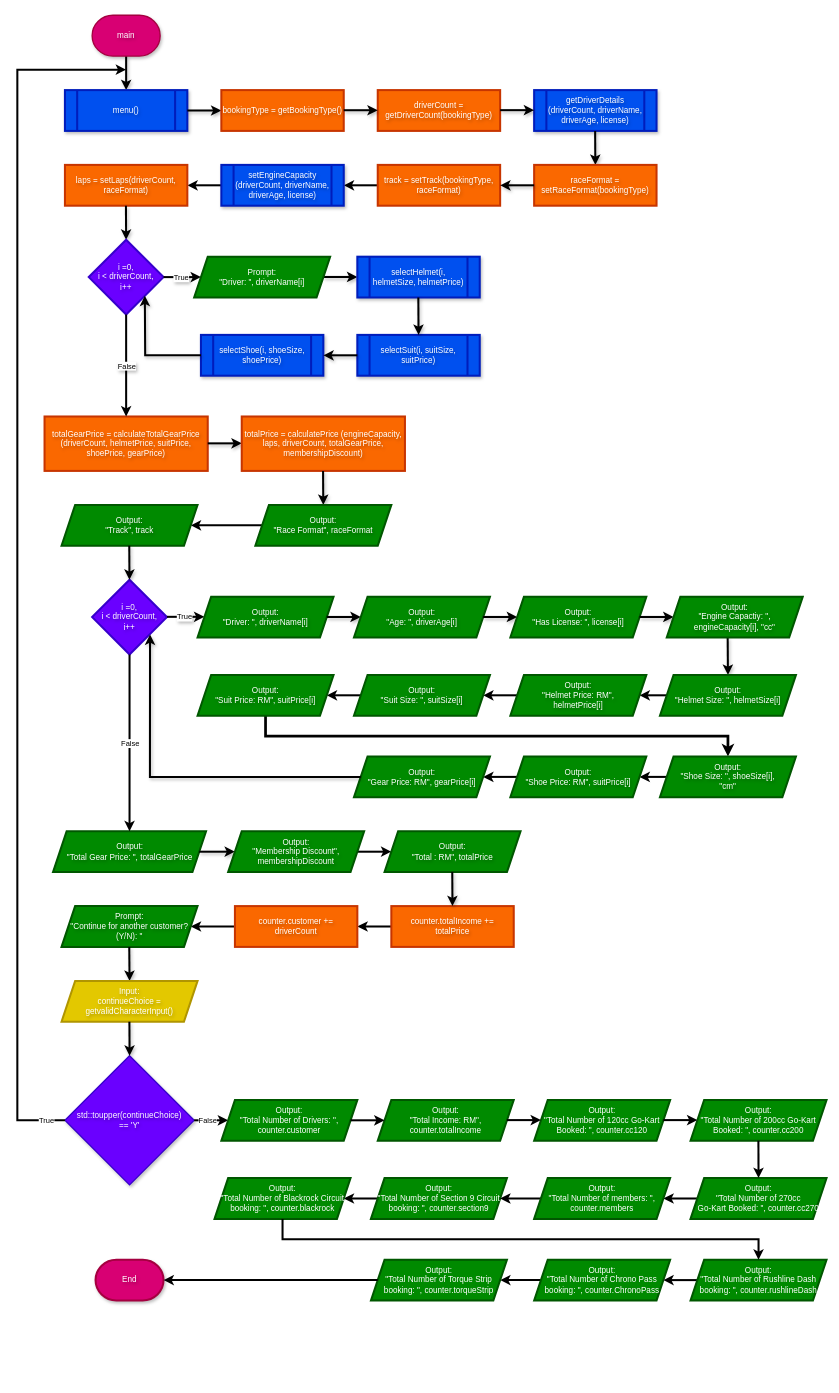
Above: Flowcharts (draw.io)/00. main.drawio in shahxvi/csc126-group-project (draw.io), before the change. Source tidied: cells renumbered, new cells numbered last; positions are measured from the earlier drawing's top-left corner, leaving out a move shared by most shapes. Both pictures are drawn from the tidied source at 68%, with x=0, y=0 at pixel (17, 15).
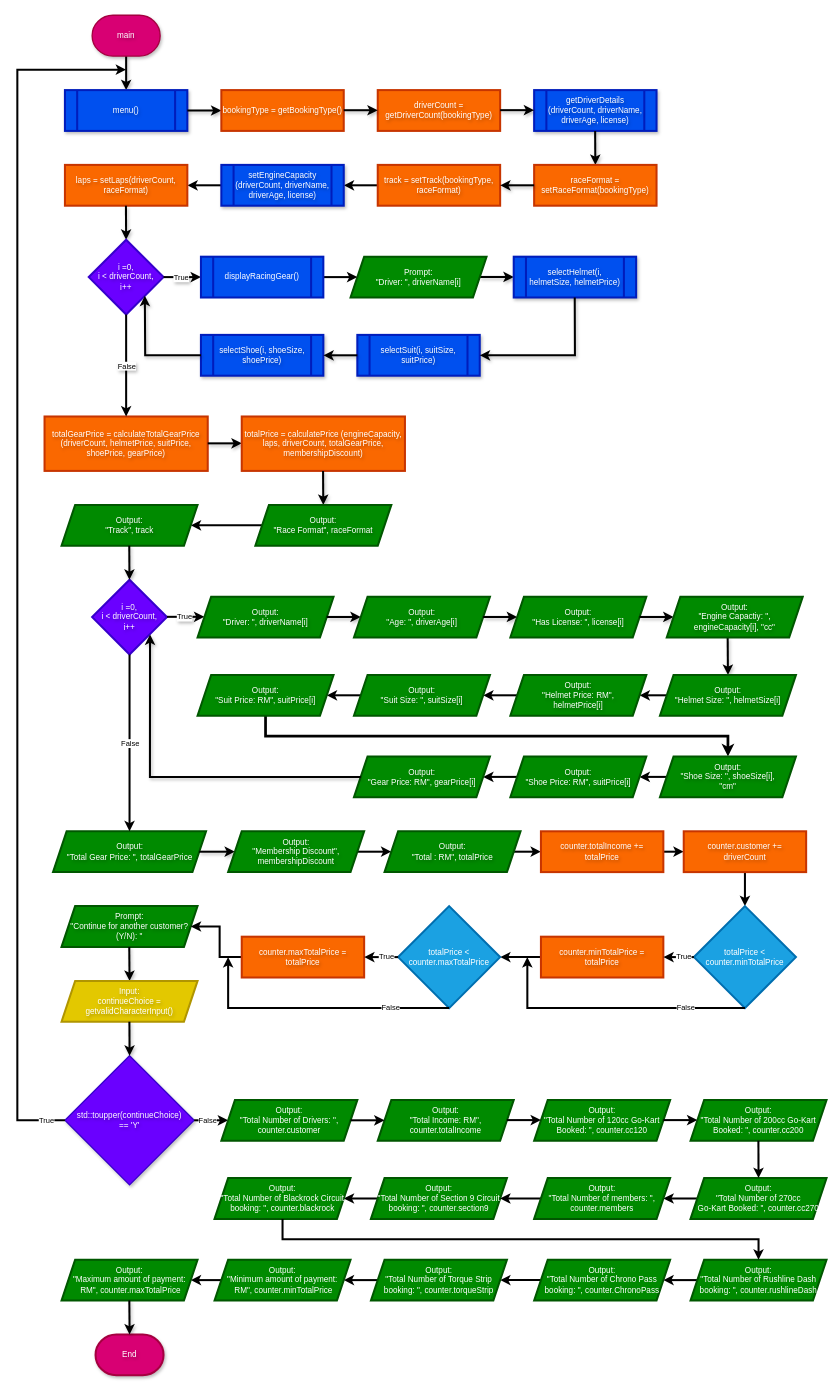
The same diagram, later.

Commit message (it also covers changes not shown here):
Update source code, report and flowchart

Unchanged cells that the change refers to:
```xml
<mxCell id="19" value="selectSuit(i, suitSize, suitPrice)" style="shape=process;whiteSpace=wrap;html=1;backgroundOutline=1;strokeWidth=3;shadow=1;fillColor=#0050ef;strokeColor=#001DBC;fontColor=#ffffff;textShadow=1;spacing=2;" parent="1" vertex="1">
  <mxGeometry x="500" y="470" width="180" height="60" as="geometry" />
</mxCell>
<mxCell id="69" value="Output:&lt;br&gt;&quot;Total : RM&quot;, totalPrice" style="shape=parallelogram;perimeter=parallelogramPerimeter;whiteSpace=wrap;html=1;fixedSize=1;fillColor=#008a00;fontColor=#ffffff;strokeColor=#005700;textShadow=1;spacing=2;strokeWidth=3;" parent="1" vertex="1">
  <mxGeometry x="540" y="1200" width="200" height="60" as="geometry" />
</mxCell>
<mxCell id="75" value="Prompt:&lt;br&gt;&quot;Continue for another customer?&lt;br&gt;(Y/N): &quot;" style="shape=parallelogram;perimeter=parallelogramPerimeter;whiteSpace=wrap;html=1;fixedSize=1;fillColor=#008a00;fontColor=#ffffff;strokeColor=#005700;textShadow=1;spacing=2;strokeWidth=3;" parent="1" vertex="1">
  <mxGeometry x="65" y="1310" width="200" height="60" as="geometry" />
</mxCell>
<mxCell id="94" value="Output:&lt;br&gt;&quot;Total Number of Torque Strip booking: &quot;, counter.torqueStrip" style="shape=parallelogram;perimeter=parallelogramPerimeter;whiteSpace=wrap;html=1;fixedSize=1;strokeWidth=3;fillColor=#008a00;fontColor=#ffffff;strokeColor=#005700;" parent="1" vertex="1">
  <mxGeometry x="520" y="1830" width="200" height="60" as="geometry" />
</mxCell>
```

What changed in the source:
```diff
@@
     <mxCell id="41" style="edgeStyle=none;html=1;strokeWidth=3;shadow=1;textShadow=1;spacing=2;" parent="1" edge="1">
       <mxGeometry relative="1" as="geometry">
-        <mxPoint x="450" y="384.8" as="sourcePoint" />
-        <mxPoint x="500" y="384.8" as="targetPoint" />
+        <mxPoint x="680" y="384.8" as="sourcePoint" />
+        <mxPoint x="730" y="384.8" as="targetPoint" />
       </mxGeometry>
     </mxCell>
     <mxCell id="42" value="selectHelmet(i, helmetSize, helmetPrice)" style="shape=process;whiteSpace=wrap;html=1;backgroundOutline=1;strokeWidth=3;shadow=1;fillColor=#0050ef;strokeColor=#001DBC;fontColor=#ffffff;textShadow=1;spacing=2;" parent="1" vertex="1">
-      <mxGeometry x="500" y="355" width="180" height="60" as="geometry" />
+      <mxGeometry x="730" y="355" width="180" height="60" as="geometry" />
     </mxCell>
-    <mxCell id="43" style="edgeStyle=none;html=1;strokeWidth=3;shadow=1;entryX=0.5;entryY=0;entryDx=0;entryDy=0;textShadow=1;spacing=2;" parent="1" edge="1" target="19">
+    <mxCell id="43" style="edgeStyle=none;html=1;strokeWidth=3;shadow=1;entryX=1;entryY=0.5;entryDx=0;entryDy=0;textShadow=1;spacing=2;rounded=0;curved=0;" parent="1" edge="1" target="19">
       <mxGeometry relative="1" as="geometry">
-        <mxPoint x="589.7" y="415" as="sourcePoint" />
+        <mxPoint x="819.7" y="415" as="sourcePoint" />
+        <Array as="points">
+          <mxPoint x="820" y="500" />
+        </Array>
       </mxGeometry>
     </mxCell>
@@
+    <mxCell id="108" style="edgeStyle=none;html=1;strokeWidth=3;" parent="1" edge="1" source="69" target="71">
+      <mxGeometry relative="1" as="geometry" />
+    </mxCell>
@@
     <mxCell id="71" value="counter.totalIncome +=&lt;br&gt;totalPrice" style="whiteSpace=wrap;html=1;fillColor=#fa6800;fontColor=#FFFFFF;strokeColor=#C73500;strokeWidth=3;textShadow=1;spacing=2;" parent="1" vertex="1">
-      <mxGeometry x="550" y="1310" width="180" height="60" as="geometry" />
+      <mxGeometry x="770" y="1200" width="180" height="60" as="geometry" />
     </mxCell>
-    <mxCell id="72" style="edgeStyle=none;html=1;strokeWidth=3;shadow=1;entryX=0.5;entryY=0;entryDx=0;entryDy=0;textShadow=1;spacing=2;" parent="1" edge="1">
-      <mxGeometry relative="1" as="geometry">
-        <mxPoint x="639.6" y="1260" as="sourcePoint" />
-        <mxPoint x="639.9" y="1310" as="targetPoint" />
-      </mxGeometry>
-    </mxCell>
-    <mxCell id="73" style="edgeStyle=none;html=1;strokeWidth=3;" parent="1" edge="1" source="74" target="75">
-      <mxGeometry relative="1" as="geometry" />
-    </mxCell>
+    <mxCell id="109" style="edgeStyle=none;html=1;strokeWidth=3;" parent="1" edge="1" source="74" target="113">
+      <mxGeometry relative="1" as="geometry" />
+    </mxCell>
     <mxCell id="74" value="counter.customer +=&lt;br&gt;driverCount" style="whiteSpace=wrap;html=1;fillColor=#fa6800;fontColor=#FFFFFF;strokeColor=#C73500;strokeWidth=3;textShadow=1;spacing=2;" parent="1" vertex="1">
-      <mxGeometry x="320" y="1310" width="180" height="60" as="geometry" />
+      <mxGeometry x="980" y="1200" width="180" height="60" as="geometry" />
     </mxCell>
@@
     <mxCell id="79" value="End" style="strokeWidth=3;html=1;shape=mxgraph.flowchart.terminator;whiteSpace=wrap;fillColor=#d80073;strokeColor=#A50040;shadow=1;fontColor=#ffffff;textShadow=1;spacing=2;" parent="1" vertex="1">
-      <mxGeometry x="115" y="1830" width="100" height="60" as="geometry" />
+      <mxGeometry x="115" y="1940" width="100" height="60" as="geometry" />
     </mxCell>
     <mxCell id="80" value="Prompt:&lt;br&gt;&quot;Driver: &quot;, driverName[i]" style="shape=parallelogram;perimeter=parallelogramPerimeter;whiteSpace=wrap;html=1;fixedSize=1;fillColor=#008a00;fontColor=#ffffff;strokeColor=#005700;strokeWidth=3;" parent="1" vertex="1">
-      <mxGeometry x="260" y="355" width="200" height="60" as="geometry" />
+      <mxGeometry x="490" y="355" width="200" height="60" as="geometry" />
     </mxCell>
@@
+    <mxCell id="110" style="edgeStyle=none;html=1;strokeWidth=3;" parent="1" edge="1" source="94" target="124">
+      <mxGeometry relative="1" as="geometry" />
+    </mxCell>
@@
-    <mxCell id="107" style="edgeStyle=none;jettySize=auto;html=1;exitX=0;exitY=0.5;exitDx=0;exitDy=0;entryX=1;entryY=0.5;entryDx=0;entryDy=0;entryPerimeter=0;strokeWidth=3;" parent="1" edge="1" source="94" target="79">
-      <mxGeometry relative="1" as="geometry" />
-    </mxCell>
+    <mxCell id="111" style="edgeStyle=none;html=1;strokeWidth=3;" parent="1" edge="1" source="112" target="80">
+      <mxGeometry relative="1" as="geometry" />
+    </mxCell>
+    <mxCell id="112" value="displayRacingGear()" style="shape=process;whiteSpace=wrap;html=1;backgroundOutline=1;fillColor=#0050ef;fontColor=#ffffff;strokeColor=#001DBC;strokeWidth=3;" parent="1" vertex="1">
+      <mxGeometry x="270" y="355" width="180" height="60" as="geometry" />
+    </mxCell>
+    <mxCell id="113" value="totalPrice &amp;lt; counter.minTotalPrice" style="rhombus;whiteSpace=wrap;html=1;fillColor=#1ba1e2;fontColor=#ffffff;strokeColor=#006EAF;strokeWidth=3;" parent="1" vertex="1">
+      <mxGeometry x="995" y="1310" width="150" height="150" as="geometry" />
+    </mxCell>
+    <mxCell id="114" style="edgeStyle=none;html=1;strokeWidth=3;" parent="1" edge="1" source="115" target="118">
+      <mxGeometry relative="1" as="geometry" />
+    </mxCell>
+    <mxCell id="115" value="counter.minTotalPrice =&lt;br&gt;totalPrice" style="whiteSpace=wrap;html=1;fillColor=#fa6800;fontColor=#FFFFFF;strokeColor=#C73500;strokeWidth=3;textShadow=1;spacing=2;" parent="1" vertex="1">
+      <mxGeometry x="770" y="1355" width="180" height="60" as="geometry" />
+    </mxCell>
+    <mxCell id="116" style="edgeStyle=orthogonalEdgeStyle;html=1;entryX=1;entryY=0.5;entryDx=0;entryDy=0;exitX=0;exitY=0.5;exitDx=0;exitDy=0;rounded=0;curved=0;strokeWidth=3;" parent="1" edge="1" source="117" target="75">
+      <mxGeometry relative="1" as="geometry" />
+    </mxCell>
+    <mxCell id="117" value="counter.maxTotalPrice =&lt;br&gt;totalPrice" style="whiteSpace=wrap;html=1;fillColor=#fa6800;fontColor=#FFFFFF;strokeColor=#C73500;strokeWidth=3;textShadow=1;spacing=2;" parent="1" vertex="1">
+      <mxGeometry x="330" y="1355" width="180" height="60" as="geometry" />
+    </mxCell>
+    <mxCell id="118" value="totalPrice &amp;lt; counter.maxTotalPrice" style="rhombus;whiteSpace=wrap;html=1;fillColor=#1ba1e2;fontColor=#ffffff;strokeColor=#006EAF;strokeWidth=3;" parent="1" vertex="1">
+      <mxGeometry x="560" y="1310" width="150" height="150" as="geometry" />
+    </mxCell>
+    <mxCell id="119" value="True" style="edgeStyle=none;jettySize=auto;html=1;exitX=0;exitY=0.5;exitDx=0;exitDy=0;entryX=1;entryY=0.5;entryDx=0;entryDy=0;strokeWidth=3;" parent="1" edge="1" source="113" target="115">
+      <mxGeometry x="-0.33" relative="1" as="geometry" />
+    </mxCell>
+    <mxCell id="120" value="False" style="edgeStyle=none;jettySize=auto;html=1;strokeWidth=3;exitX=0.5;exitY=1;exitDx=0;exitDy=0;rounded=0;curved=0;" parent="1" edge="1" source="113">
+      <mxGeometry x="-0.56" relative="1" as="geometry">
+        <mxPoint x="750" y="1385" as="targetPoint" />
+        <Array as="points">
+          <mxPoint x="750" y="1460" />
+        </Array>
+      </mxGeometry>
+    </mxCell>
+    <mxCell id="121" value="False" style="edgeStyle=none;jettySize=auto;html=1;strokeWidth=3;rounded=0;curved=0;exitX=0.5;exitY=1;exitDx=0;exitDy=0;" parent="1" edge="1" source="118">
+      <mxGeometry x="-0.57" relative="1" as="geometry">
+        <mxPoint x="310" y="1385" as="targetPoint" />
+        <Array as="points">
+          <mxPoint x="310" y="1460" />
+        </Array>
+      </mxGeometry>
+    </mxCell>
+    <mxCell id="122" value="True" style="edgeStyle=none;jettySize=auto;html=1;exitX=0;exitY=0.5;exitDx=0;exitDy=0;entryX=1;entryY=0.5;entryDx=0;entryDy=0;strokeWidth=3;" parent="1" edge="1" source="118" target="117">
+      <mxGeometry x="-0.33" relative="1" as="geometry" />
+    </mxCell>
+    <mxCell id="123" style="edgeStyle=none;html=1;strokeWidth=3;" parent="1" edge="1" source="124" target="125">
+      <mxGeometry relative="1" as="geometry" />
+    </mxCell>
+    <mxCell id="124" value="Output:&lt;br&gt;&quot;Minimum amount of payment:&lt;br&gt;&amp;nbsp;RM&quot;, counter.minTotalPrice" style="shape=parallelogram;perimeter=parallelogramPerimeter;whiteSpace=wrap;html=1;fixedSize=1;strokeWidth=3;fillColor=#008a00;fontColor=#ffffff;strokeColor=#005700;" parent="1" vertex="1">
+      <mxGeometry x="290" y="1830" width="200" height="60" as="geometry" />
+    </mxCell>
+    <mxCell id="125" value="Output:&lt;br&gt;&quot;Maximum amount of payment:&lt;br&gt;&amp;nbsp;RM&quot;, counter.maxTotalPrice" style="shape=parallelogram;perimeter=parallelogramPerimeter;whiteSpace=wrap;html=1;fixedSize=1;strokeWidth=3;fillColor=#008a00;fontColor=#ffffff;strokeColor=#005700;" parent="1" vertex="1">
+      <mxGeometry x="65" y="1830" width="200" height="60" as="geometry" />
+    </mxCell>
+    <mxCell id="126" style="edgeStyle=none;html=1;strokeWidth=3;shadow=1;entryX=0.5;entryY=0;entryDx=0;entryDy=0;textShadow=1;spacing=2;" parent="1" edge="1">
+      <mxGeometry relative="1" as="geometry">
+        <mxPoint x="164.7" y="1890" as="sourcePoint" />
+        <mxPoint x="165.1" y="1940" as="targetPoint" />
+      </mxGeometry>
+    </mxCell>
```
